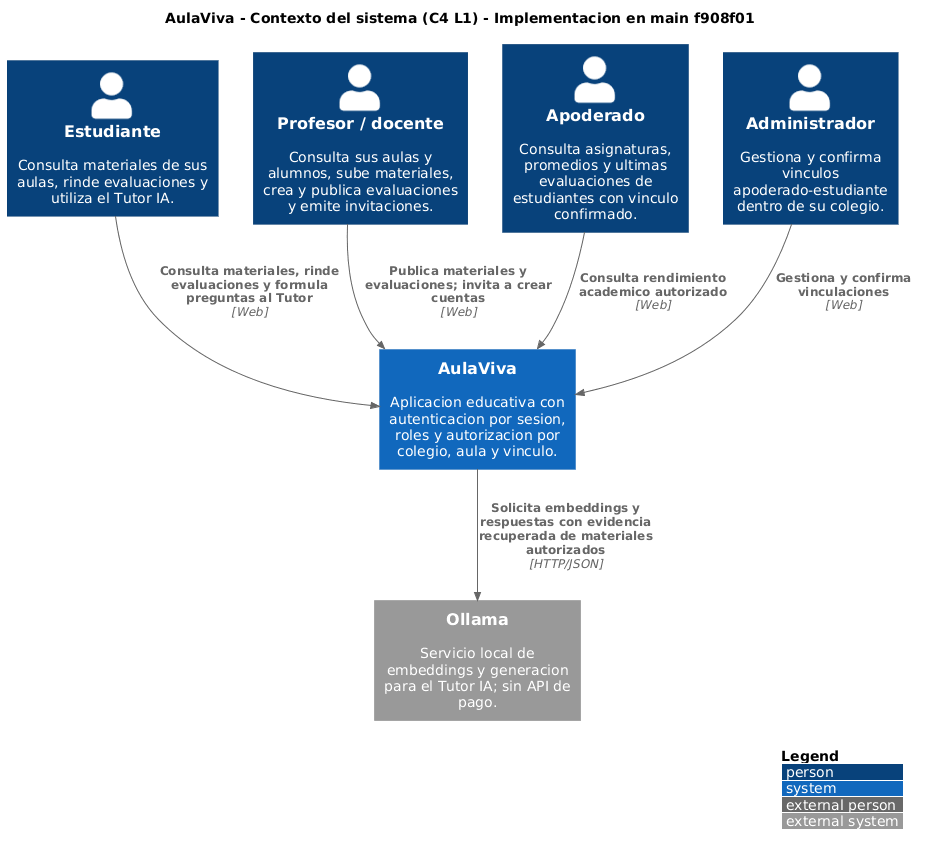
This is docs/c4/l1-context.png from KulkatPOP/Equipo-AulaViva-, a PlantUML export, as it was before one commit.
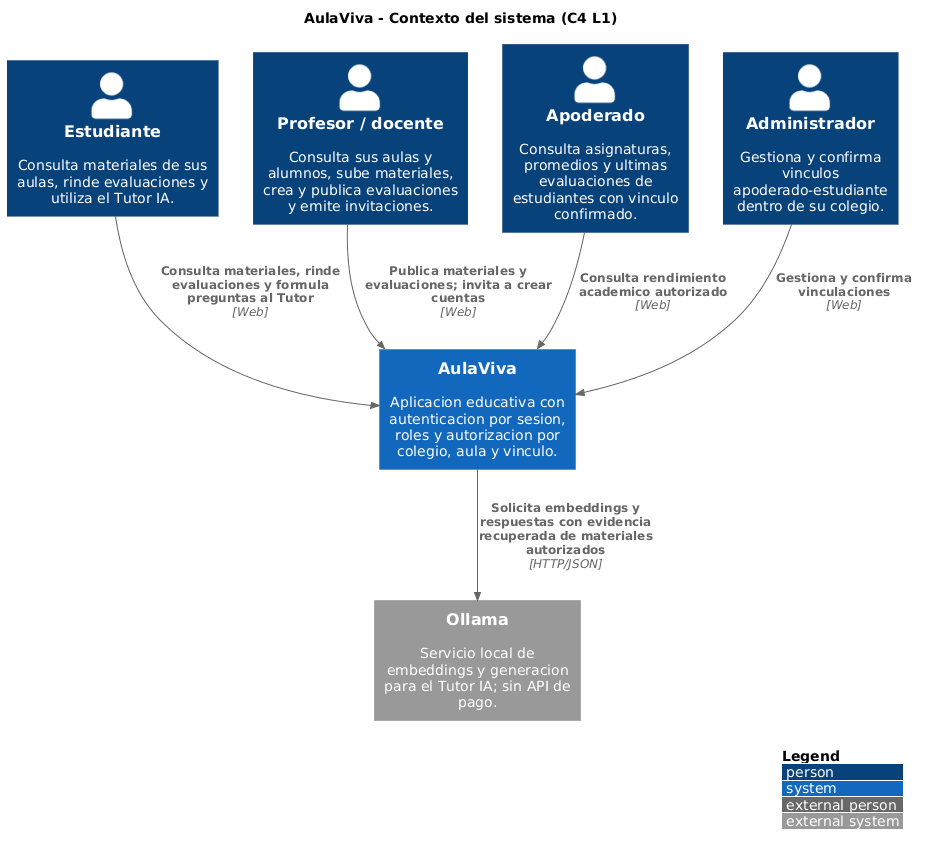
Above is the later version.

The edit, as a diff of the source:
```diff
@@ -1,9 +1,9 @@
 @startuml
-!include https://raw.githubusercontent.com/plantuml-stdlib/C4-PlantUML/master/C4_Context.puml
+!include <C4/C4_Context>
 
 LAYOUT_WITH_LEGEND()
 
-title AulaViva - Contexto del sistema (C4 L1) - Implementacion en main f908f01
+title AulaViva - Contexto del sistema (C4 L1)
 
 Person(estudiante, "Estudiante", "Consulta materiales de sus aulas, rinde evaluaciones y utiliza el Tutor IA.")
 Person(docente, "Profesor / docente", "Consulta sus aulas y alumnos, sube materiales, crea y publica evaluaciones y emite invitaciones.")
@@ -18,4 +18,5 @@
 Rel(apoderado, aulaviva, "Consulta rendimiento academico autorizado", "Web")
 Rel(admin, aulaviva, "Gestiona y confirma vinculaciones", "Web")
 Rel(aulaviva, ollama, "Solicita embeddings y respuestas con evidencia recuperada de materiales autorizados", "HTTP/JSON")
+
 @enduml
```
